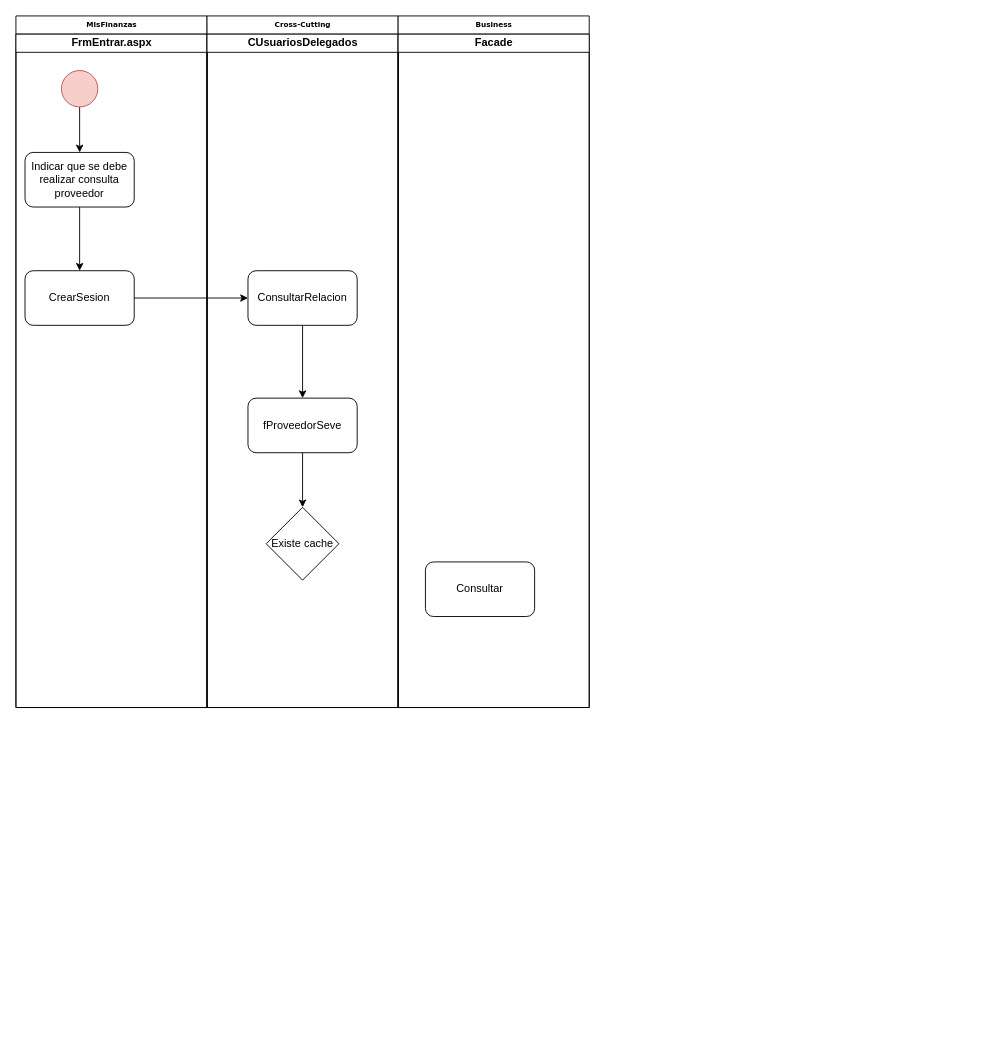
Earlier version of the draw.io diagram Relase 3 Proveedores.drawio (carlosvalderrama1204/REQ_212). Source tidied: cells renumbered, new cells numbered last; positions are measured from the earlier drawing's top-left corner, leaving out a move shared by most shapes. Both pictures are drawn from the tidied source at 91%, with x=0, y=0 at pixel (15, 15).
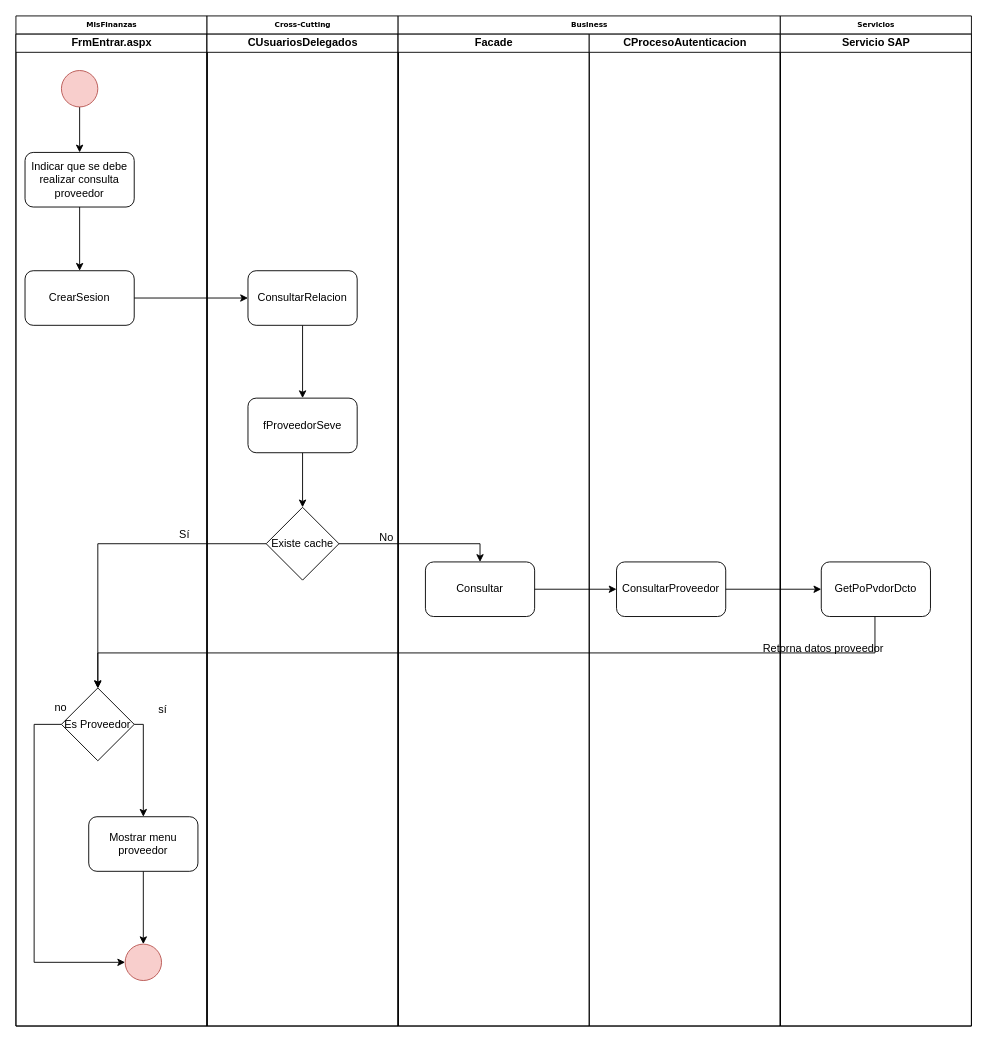
The same page after the edit.

Unchanged cells that the change refers to:
```xml
<mxCell id="15" value="Existe cache" style="rhombus;whiteSpace=wrap;html=1;" parent="10" vertex="1">
  <mxGeometry x="65" y="520" width="80" height="80" as="geometry" />
</mxCell>
<mxCell id="19" value="Consultar" style="rounded=1;whiteSpace=wrap;html=1;" parent="18" vertex="1">
  <mxGeometry x="30" y="580" width="120" height="60" as="geometry" />
</mxCell>
```

Diff of the diagram source:
```diff
@@
     <mxCell id="2" value="MisFinanzas" style="swimlane;html=1;startSize=20;rounded=0;shadow=0;labelBackgroundColor=none;strokeWidth=1;fontFamily=Verdana;fontSize=8;align=center;" parent="1" vertex="1">
-      <mxGeometry width="210" height="760" as="geometry" />
+      <mxGeometry width="210" height="1110" as="geometry" />
     </mxCell>
     <mxCell id="3" value="FrmEntrar.aspx" style="swimlane;html=1;startSize=20;" parent="2" vertex="1">
-      <mxGeometry y="20" width="210" height="740" as="geometry" />
+      <mxGeometry y="20" width="210" height="1090" as="geometry" />
     </mxCell>
@@
+    <mxCell id="20" style="edgeStyle=orthogonalEdgeStyle;rounded=0;jettySize=auto;html=1;entryX=0.5;entryY=0;entryDx=0;entryDy=0;exitX=1;exitY=0.5;exitDx=0;exitDy=0;" parent="3" edge="1" source="22" target="25">
+      <mxGeometry relative="1" as="geometry">
+        <Array as="points">
+          <mxPoint x="140" y="759" />
+        </Array>
+      </mxGeometry>
+    </mxCell>
+    <mxCell id="21" style="edgeStyle=orthogonalEdgeStyle;rounded=0;jettySize=auto;html=1;entryX=0;entryY=0.5;entryDx=0;entryDy=0;" parent="3" edge="1" source="22" target="26">
+      <mxGeometry relative="1" as="geometry">
+        <Array as="points">
+          <mxPoint x="20" y="759" />
+          <mxPoint x="20" y="1020" />
+        </Array>
+      </mxGeometry>
+    </mxCell>
+    <mxCell id="22" value="Es Proveedor" style="rhombus;whiteSpace=wrap;html=1;" parent="3" vertex="1">
+      <mxGeometry x="50" y="718.5" width="80" height="80" as="geometry" />
+    </mxCell>
+    <mxCell id="23" value="Sí" style="text;html=1;align=center;verticalAlign=middle;" parent="3" vertex="1">
+      <mxGeometry x="170" y="540" width="30" height="20" as="geometry" />
+    </mxCell>
+    <mxCell id="24" style="edgeStyle=orthogonalEdgeStyle;rounded=0;jettySize=auto;html=1;entryX=0.5;entryY=0;entryDx=0;entryDy=0;" parent="3" edge="1" source="25" target="26">
+      <mxGeometry relative="1" as="geometry" />
+    </mxCell>
+    <mxCell id="25" value="Mostrar menu proveedor" style="rounded=1;whiteSpace=wrap;html=1;" parent="3" vertex="1">
+      <mxGeometry x="80" y="860" width="120" height="60" as="geometry" />
+    </mxCell>
+    <mxCell id="26" style="ellipse;whiteSpace=wrap;html=1;fillColor=#f8cecc;strokeColor=#b85450;" parent="3" vertex="1">
+      <mxGeometry x="120" y="1000" width="40" height="40" as="geometry" />
+    </mxCell>
     <mxCell id="9" value="Cross-Cutting" style="swimlane;html=1;startSize=20;rounded=0;shadow=0;labelBackgroundColor=none;strokeWidth=1;fontFamily=Verdana;fontSize=8;align=center;" parent="1" vertex="1">
-      <mxGeometry x="210" width="210" height="760" as="geometry" />
+      <mxGeometry x="210" width="210" height="1110" as="geometry" />
     </mxCell>
     <mxCell id="10" value="CUsuariosDelegados" style="swimlane;html=1;startSize=20;" parent="9" vertex="1">
-      <mxGeometry y="20" width="210" height="740" as="geometry" />
+      <mxGeometry y="20" width="210" height="1090" as="geometry" />
     </mxCell>
@@
     <mxCell id="17" value="Business" style="swimlane;html=1;startSize=20;rounded=0;shadow=0;labelBackgroundColor=none;strokeWidth=1;fontFamily=Verdana;fontSize=8;align=center;" parent="1" vertex="1">
-      <mxGeometry x="420" width="210" height="760" as="geometry" />
+      <mxGeometry x="420" width="420" height="1110" as="geometry" />
     </mxCell>
     <mxCell id="18" value="Facade" style="swimlane;html=1;startSize=20;" parent="17" vertex="1">
-      <mxGeometry y="20" width="210" height="740" as="geometry" />
+      <mxGeometry y="20" width="210" height="1090" as="geometry" />
     </mxCell>
@@
+    <mxCell id="27" value="CProcesoAutenticacion" style="swimlane;html=1;startSize=20;" parent="17" vertex="1">
+      <mxGeometry x="210" y="20" width="210" height="1090" as="geometry" />
+    </mxCell>
+    <mxCell id="28" value="ConsultarProveedor" style="rounded=1;whiteSpace=wrap;html=1;" parent="27" vertex="1">
+      <mxGeometry x="30" y="580" width="120" height="60" as="geometry" />
+    </mxCell>
+    <mxCell id="29" style="edgeStyle=orthogonalEdgeStyle;rounded=0;jettySize=auto;html=1;entryX=0;entryY=0.5;entryDx=0;entryDy=0;" parent="17" edge="1" source="19" target="28">
+      <mxGeometry relative="1" as="geometry" />
+    </mxCell>
+    <mxCell id="30" style="edgeStyle=orthogonalEdgeStyle;rounded=0;jettySize=auto;html=1;entryX=0.5;entryY=0;entryDx=0;entryDy=0;" parent="1" edge="1" source="15" target="19">
+      <mxGeometry relative="1" as="geometry" />
+    </mxCell>
+    <mxCell id="31" value="No" style="text;html=1;align=center;verticalAlign=middle;" parent="1" vertex="1">
+      <mxGeometry x="392" y="563" width="30" height="20" as="geometry" />
+    </mxCell>
+    <mxCell id="32" value="Servicios" style="swimlane;html=1;startSize=20;rounded=0;shadow=0;labelBackgroundColor=none;strokeWidth=1;fontFamily=Verdana;fontSize=8;align=center;" parent="1" vertex="1">
+      <mxGeometry x="840" width="210" height="1110" as="geometry" />
+    </mxCell>
+    <mxCell id="33" value="Servicio SAP" style="swimlane;html=1;startSize=20;" parent="32" vertex="1">
+      <mxGeometry y="20" width="210" height="1090" as="geometry" />
+    </mxCell>
+    <mxCell id="34" value="GetPoPvdorDcto" style="rounded=1;whiteSpace=wrap;html=1;" parent="33" vertex="1">
+      <mxGeometry x="45" y="580" width="120" height="60" as="geometry" />
+    </mxCell>
+    <mxCell id="35" style="edgeStyle=orthogonalEdgeStyle;rounded=0;jettySize=auto;html=1;" parent="1" edge="1" source="28" target="34">
+      <mxGeometry relative="1" as="geometry" />
+    </mxCell>
+    <mxCell id="36" style="edgeStyle=orthogonalEdgeStyle;rounded=0;jettySize=auto;html=1;entryX=0.5;entryY=0;entryDx=0;entryDy=0;" parent="1" edge="1" source="15" target="22">
+      <mxGeometry relative="1" as="geometry" />
+    </mxCell>
+    <mxCell id="37" style="edgeStyle=orthogonalEdgeStyle;rounded=0;jettySize=auto;html=1;" parent="1" edge="1" source="34">
+      <mxGeometry relative="1" as="geometry">
+        <mxPoint x="90" y="739" as="targetPoint" />
+        <Array as="points">
+          <mxPoint x="944" y="700" />
+          <mxPoint x="90" y="700" />
+        </Array>
+      </mxGeometry>
+    </mxCell>
+    <mxCell id="38" value="Retorna datos proveedor" style="text;html=1;align=center;verticalAlign=middle;" parent="1" vertex="1">
+      <mxGeometry x="812" y="685" width="150" height="20" as="geometry" />
+    </mxCell>
+    <mxCell id="39" value="sí" style="text;html=1;align=center;verticalAlign=middle;" parent="1" vertex="1">
+      <mxGeometry x="151" y="752" width="20" height="20" as="geometry" />
+    </mxCell>
+    <mxCell id="40" value="no" style="text;html=1;align=center;verticalAlign=middle;" parent="1" vertex="1">
+      <mxGeometry x="34" y="750" width="30" height="20" as="geometry" />
+    </mxCell>
```
